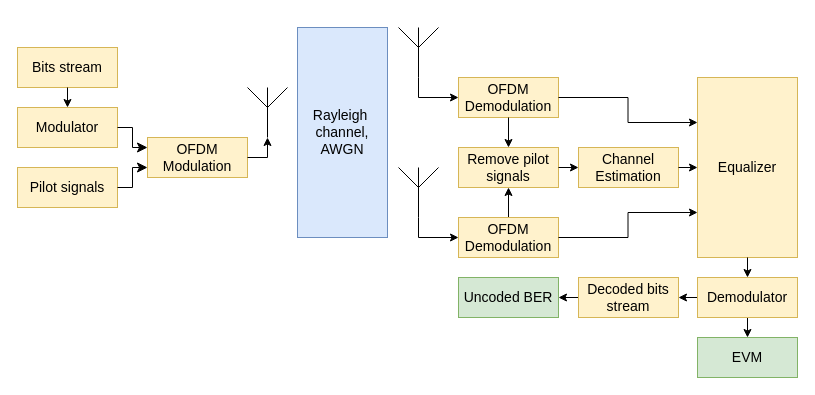
isvoropaev02/OFDM keeps this draw.io diagram as mimo_system.drawio. Above is the earlier version. Source tidied: cells renumbered, new cells numbered last; positions are measured from the earlier drawing's top-left corner, leaving out a move shared by most shapes. Both pictures are drawn from the tidied source at 100%, with x=0, y=0 at pixel (17, 27).
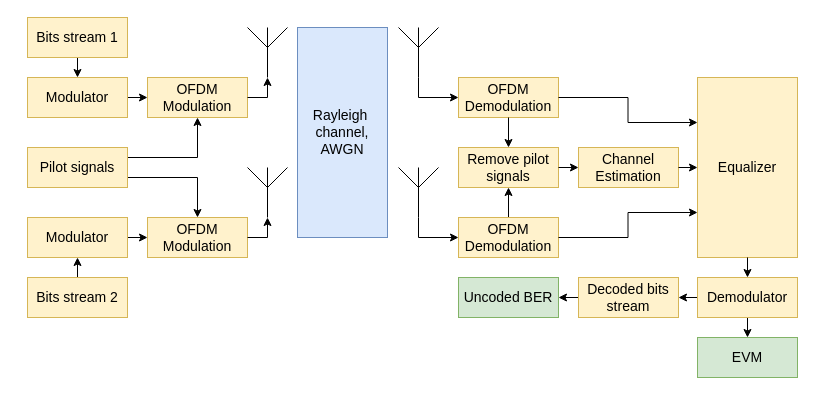
Above is the later version.

Diff of the diagram source:
```diff
@@
+    <mxCell id="14" style="edgeStyle=orthogonalEdgeStyle;rounded=0;jettySize=auto;html=1;exitX=0.5;exitY=1;exitDx=0;exitDy=0;entryX=0.5;entryY=0;entryDx=0;entryDy=0;" parent="1" edge="1" source="2" target="3">
+      <mxGeometry relative="1" as="geometry" />
+    </mxCell>
-    <mxCell id="2" value="&lt;font style=&quot;font-size: 14px;&quot; face=&quot;Helvetica&quot;&gt;Bits stream&lt;/font&gt;" style="rounded=0;whiteSpace=wrap;html=1;fillColor=#fff2cc;strokeColor=#d6b656;" parent="1" vertex="1">
-      <mxGeometry y="20" width="100" height="40" as="geometry" />
+    <mxCell id="2" value="&lt;font style=&quot;font-size: 14px;&quot; face=&quot;Helvetica&quot;&gt;Bits stream 1&lt;/font&gt;" style="rounded=0;whiteSpace=wrap;html=1;fillColor=#fff2cc;strokeColor=#d6b656;" parent="1" vertex="1">
+      <mxGeometry x="10" y="-10" width="100" height="40" as="geometry" />
     </mxCell>
+    <mxCell id="12" style="edgeStyle=orthogonalEdgeStyle;rounded=0;jettySize=auto;html=1;exitX=1;exitY=0.5;exitDx=0;exitDy=0;entryX=0;entryY=0.5;entryDx=0;entryDy=0;" parent="1" edge="1" source="3" target="5">
+      <mxGeometry relative="1" as="geometry" />
+    </mxCell>
     <mxCell id="3" value="&lt;font style=&quot;font-size: 14px;&quot; face=&quot;Helvetica&quot;&gt;Modulator&lt;/font&gt;" style="rounded=0;whiteSpace=wrap;html=1;fillColor=#fff2cc;strokeColor=#d6b656;" parent="1" vertex="1">
-      <mxGeometry y="80" width="100" height="40" as="geometry" />
+      <mxGeometry x="10" y="50" width="100" height="40" as="geometry" />
     </mxCell>
+    <mxCell id="13" style="edgeStyle=orthogonalEdgeStyle;rounded=0;jettySize=auto;html=1;exitX=1;exitY=0.25;exitDx=0;exitDy=0;entryX=0.5;entryY=1;entryDx=0;entryDy=0;" parent="1" edge="1" source="4" target="5">
+      <mxGeometry relative="1" as="geometry" />
+    </mxCell>
+    <mxCell id="35" style="edgeStyle=orthogonalEdgeStyle;rounded=0;jettySize=auto;html=1;exitX=1;exitY=0.75;exitDx=0;exitDy=0;entryX=0.5;entryY=0;entryDx=0;entryDy=0;" parent="1" edge="1" source="4" target="40">
+      <mxGeometry relative="1" as="geometry" />
+    </mxCell>
     <mxCell id="4" value="&lt;font style=&quot;font-size: 14px;&quot; face=&quot;Helvetica&quot;&gt;Pilot signals&lt;/font&gt;" style="rounded=0;whiteSpace=wrap;html=1;fillColor=#fff2cc;strokeColor=#d6b656;" parent="1" vertex="1">
-      <mxGeometry y="140" width="100" height="40" as="geometry" />
+      <mxGeometry x="10" y="120" width="100" height="40" as="geometry" />
     </mxCell>
     <mxCell id="5" value="&lt;font style=&quot;font-size: 14px;&quot; face=&quot;Helvetica&quot;&gt;OFDM Modulation&lt;/font&gt;" style="rounded=0;whiteSpace=wrap;html=1;fillColor=#fff2cc;strokeColor=#d6b656;" parent="1" vertex="1">
-      <mxGeometry x="130" y="110" width="100" height="40" as="geometry" />
+      <mxGeometry x="130" y="50" width="100" height="40" as="geometry" />
     </mxCell>
     <mxCell id="6" style="verticalLabelPosition=bottom;shadow=0;dashed=0;align=center;html=1;verticalAlign=top;shape=mxgraph.electrical.radio.aerial_-_antenna_1;" parent="1" vertex="1">
-      <mxGeometry x="230" y="60" width="40" height="50" as="geometry" />
+      <mxGeometry x="230" width="40" height="50" as="geometry" />
     </mxCell>
@@
-    <mxCell id="12" style="edgeStyle=elbowEdgeStyle;elbow=horizontal;endArrow=classic;html=1;curved=0;rounded=0;endSize=8;startSize=8;exitX=1;exitY=0.5;exitDx=0;exitDy=0;entryX=0;entryY=0.25;entryDx=0;entryDy=0;" parent="1" edge="1" source="3" target="5">
-      <mxGeometry relative="1" as="geometry" />
-    </mxCell>
-    <mxCell id="13" style="edgeStyle=elbowEdgeStyle;elbow=horizontal;endArrow=classic;html=1;curved=0;rounded=0;endSize=8;startSize=8;exitX=1;exitY=0.5;exitDx=0;exitDy=0;entryX=0;entryY=0.75;entryDx=0;entryDy=0;" parent="1" edge="1" source="4" target="5">
-      <mxGeometry relative="1" as="geometry" />
-    </mxCell>
-    <mxCell id="14" style="endArrow=classic;html=1;rounded=0;exitX=0.5;exitY=1;exitDx=0;exitDy=0;entryX=0.5;entryY=0;entryDx=0;entryDy=0;" parent="1" edge="1" source="2" target="3">
-      <mxGeometry relative="1" as="geometry" />
-    </mxCell>
@@
+    <mxCell id="36" style="edgeStyle=orthogonalEdgeStyle;rounded=0;jettySize=auto;html=1;exitX=0.5;exitY=0;exitDx=0;exitDy=0;entryX=0.5;entryY=1;entryDx=0;entryDy=0;" parent="1" edge="1" source="37" target="39">
+      <mxGeometry relative="1" as="geometry" />
+    </mxCell>
+    <mxCell id="37" value="&lt;font style=&quot;font-size: 14px;&quot; face=&quot;Helvetica&quot;&gt;Bits stream 2&lt;/font&gt;" style="rounded=0;whiteSpace=wrap;html=1;fillColor=#fff2cc;strokeColor=#d6b656;" parent="1" vertex="1">
+      <mxGeometry x="10" y="250" width="100" height="40" as="geometry" />
+    </mxCell>
+    <mxCell id="38" style="edgeStyle=orthogonalEdgeStyle;rounded=0;jettySize=auto;html=1;exitX=1;exitY=0.5;exitDx=0;exitDy=0;entryX=0;entryY=0.5;entryDx=0;entryDy=0;" parent="1" edge="1" source="39" target="40">
+      <mxGeometry relative="1" as="geometry" />
+    </mxCell>
+    <mxCell id="39" value="&lt;font style=&quot;font-size: 14px;&quot; face=&quot;Helvetica&quot;&gt;Modulator&lt;/font&gt;" style="rounded=0;whiteSpace=wrap;html=1;fillColor=#fff2cc;strokeColor=#d6b656;" parent="1" vertex="1">
+      <mxGeometry x="10" y="190" width="100" height="40" as="geometry" />
+    </mxCell>
+    <mxCell id="40" value="&lt;font style=&quot;font-size: 14px;&quot; face=&quot;Helvetica&quot;&gt;OFDM Modulation&lt;/font&gt;" style="rounded=0;whiteSpace=wrap;html=1;fillColor=#fff2cc;strokeColor=#d6b656;" parent="1" vertex="1">
+      <mxGeometry x="130" y="190" width="100" height="40" as="geometry" />
+    </mxCell>
+    <mxCell id="41" style="verticalLabelPosition=bottom;shadow=0;dashed=0;align=center;html=1;verticalAlign=top;shape=mxgraph.electrical.radio.aerial_-_antenna_1;" parent="1" vertex="1">
+      <mxGeometry x="230" y="140" width="40" height="50" as="geometry" />
+    </mxCell>
+    <mxCell id="42" style="edgeStyle=orthogonalEdgeStyle;rounded=0;jettySize=auto;html=1;entryX=0.5;entryY=1;entryDx=0;entryDy=0;entryPerimeter=0;exitX=1;exitY=0.5;exitDx=0;exitDy=0;" parent="1" edge="1" source="40" target="41">
+      <mxGeometry relative="1" as="geometry" />
+    </mxCell>
```
